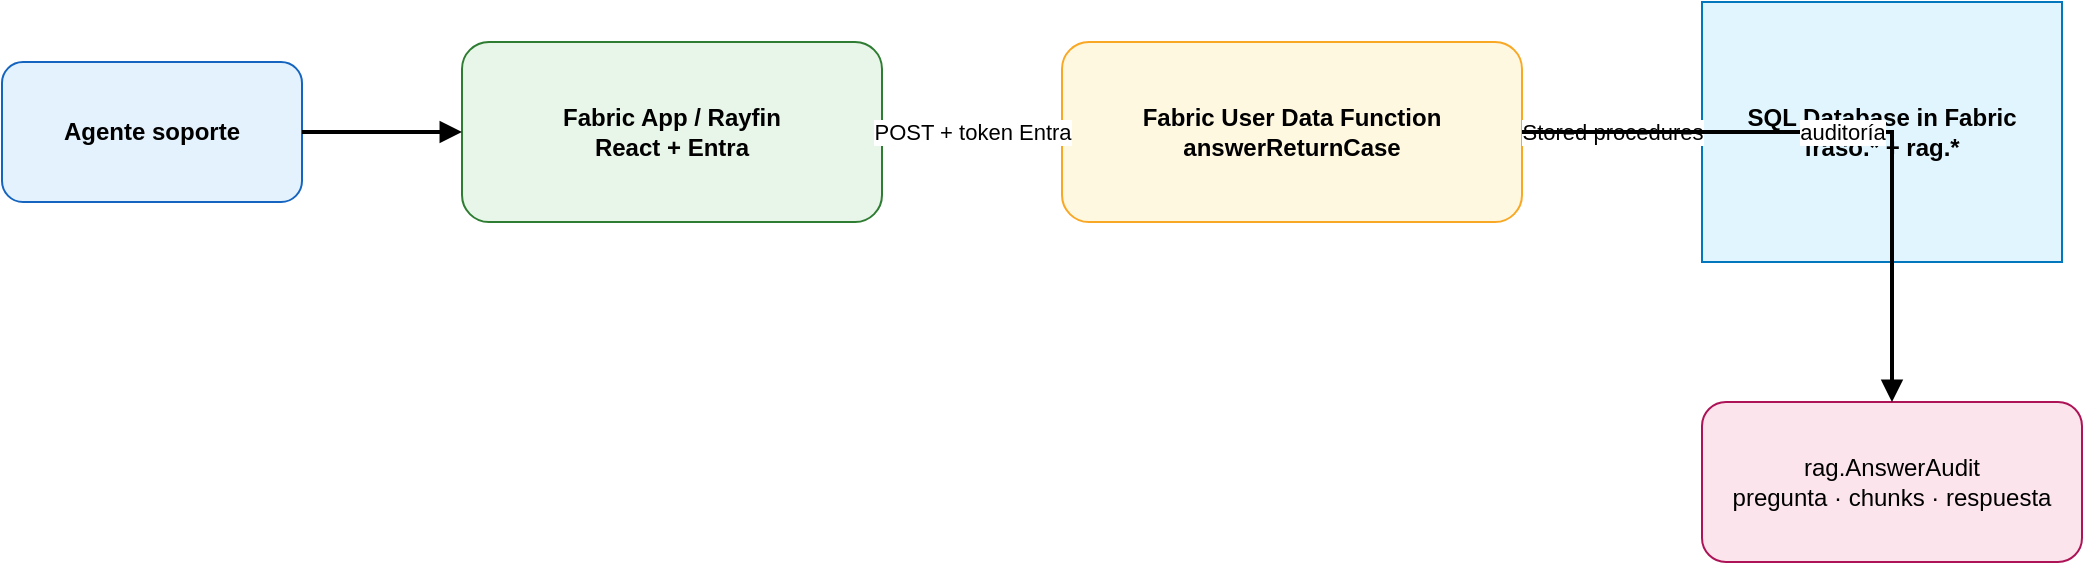
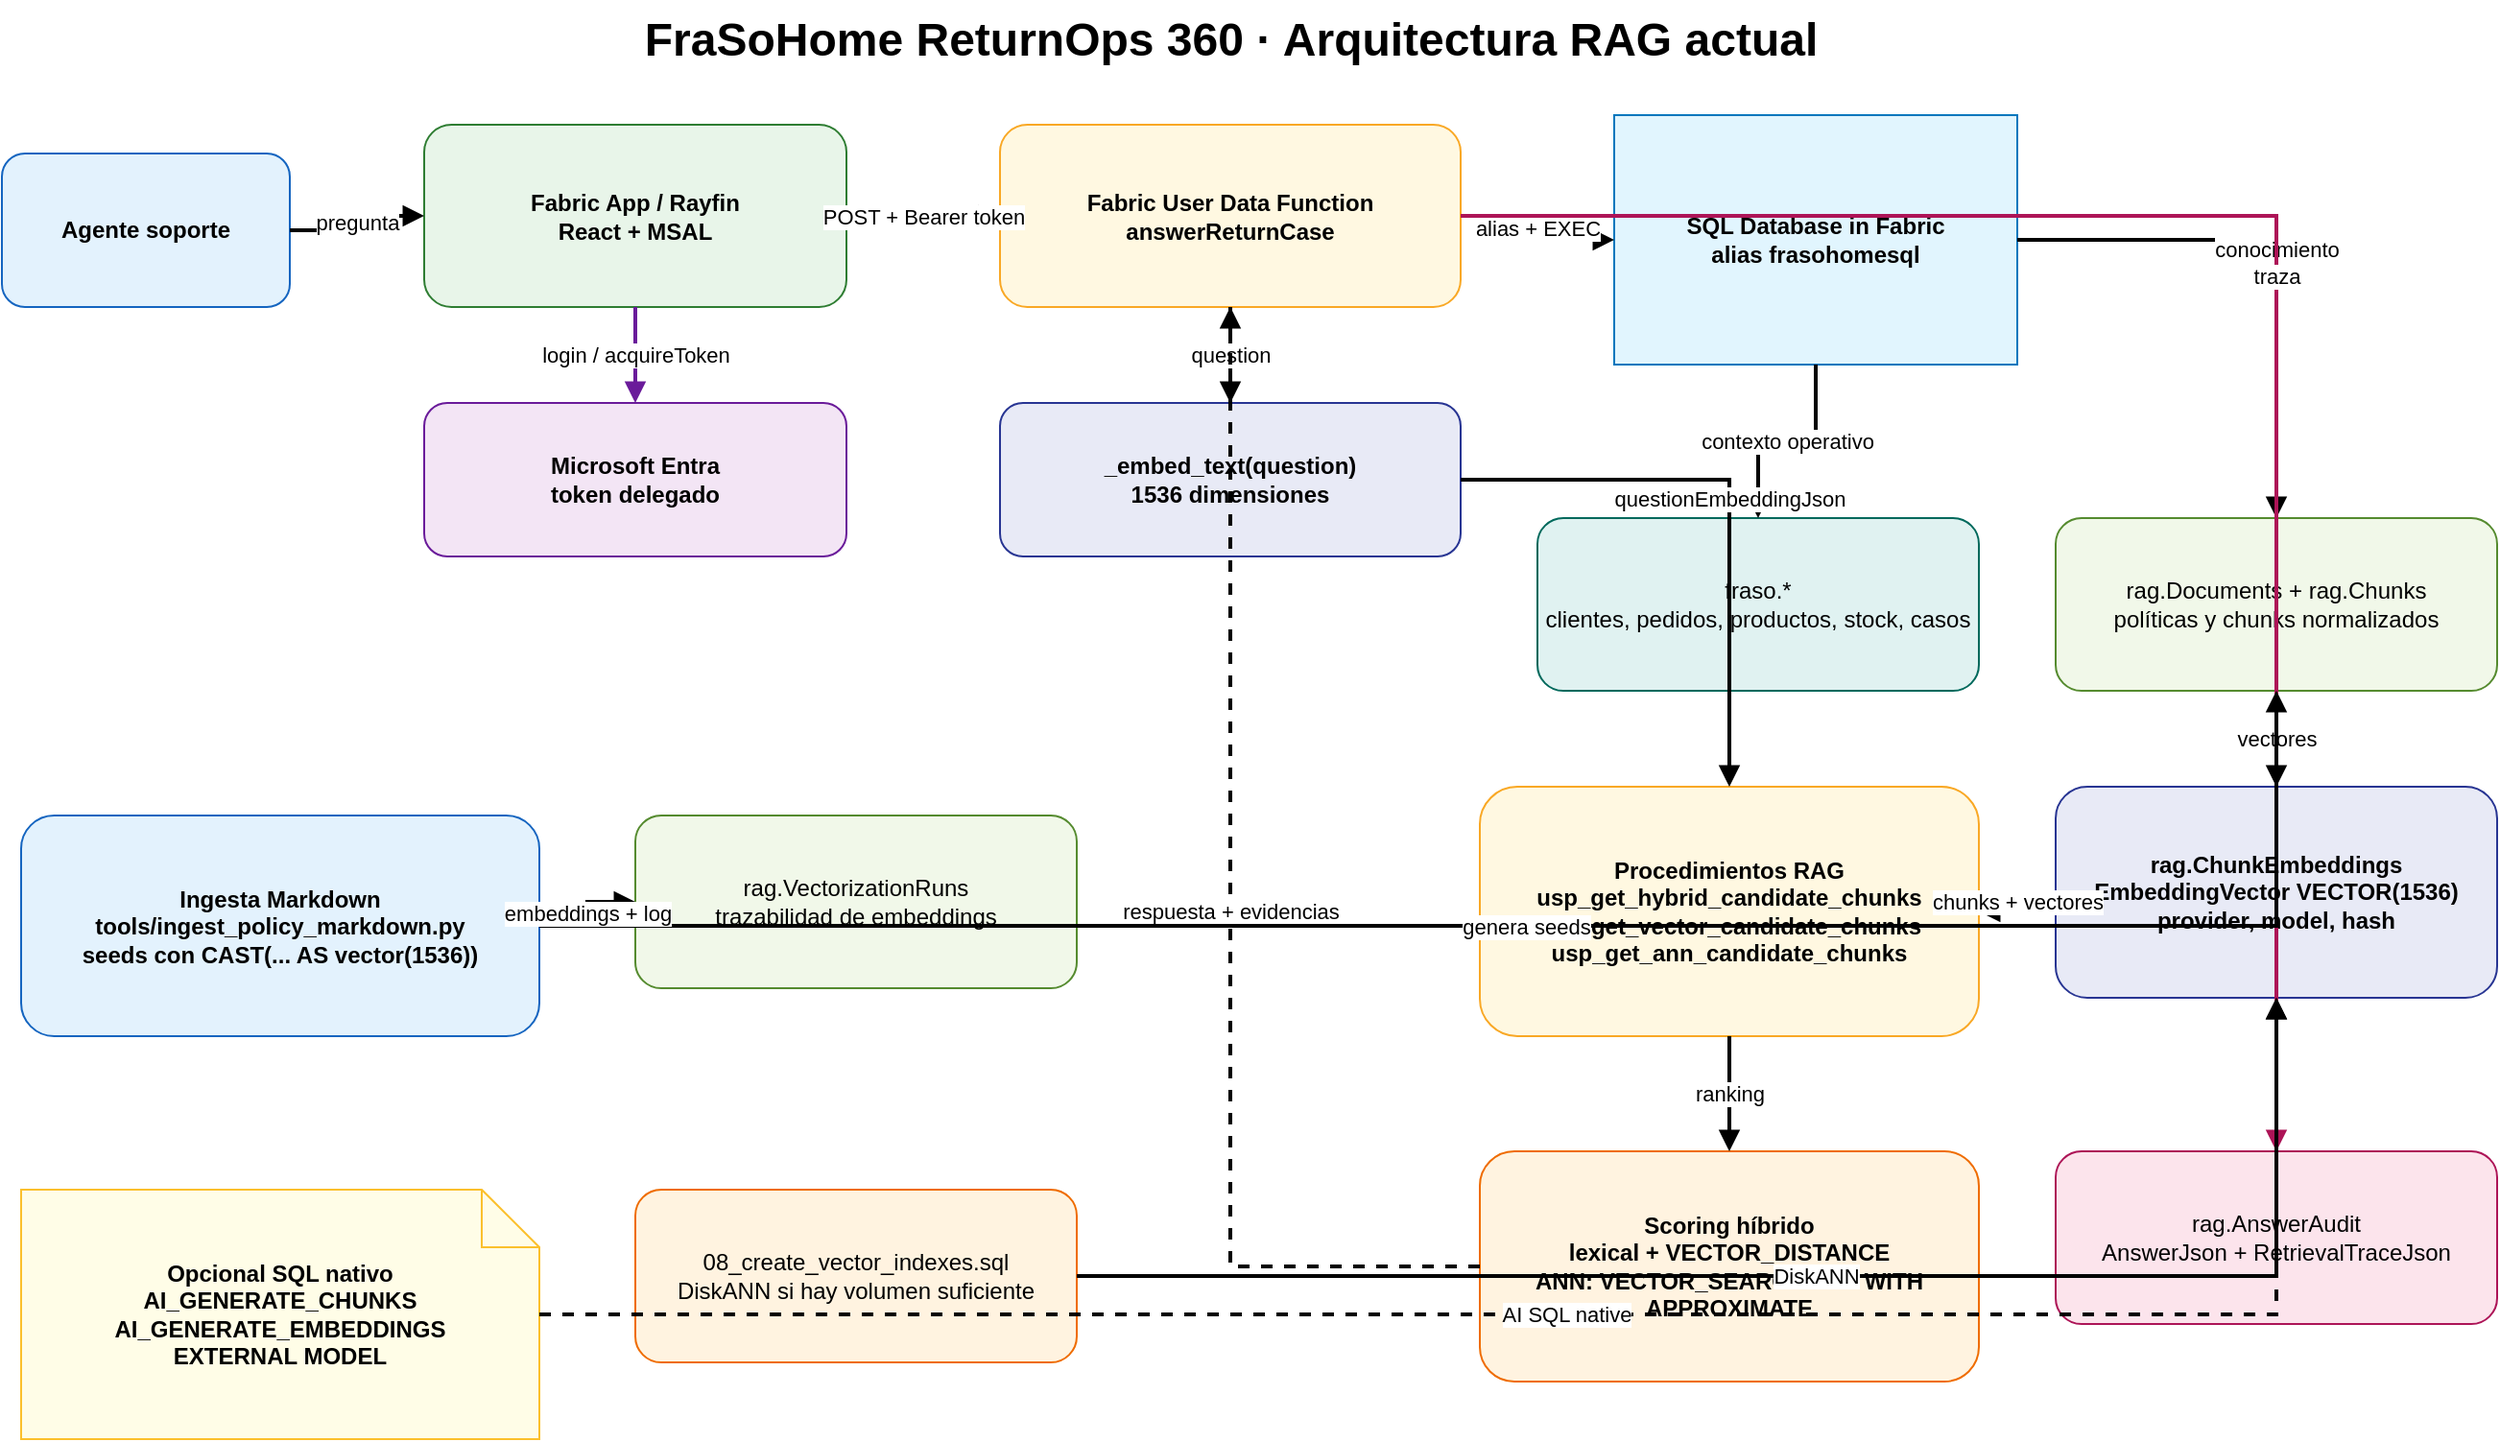
- <mxfile host="app.diagrams.net" modified="2026-06-15T00:00:00.000Z" agent="ChatGPT" version="24.7.17">
+ <mxfile host="65bd71144e">
  <diagram name="FraSoHome RAG Architecture" id="frasohome-rag">
-     <mxGraphModel dx="1200" dy="800" grid="1" gridSize="10" guides="1" tooltips="1" connect="1" arrows="1" fold="1" page="1" pageScale="1" pageWidth="1169" pageHeight="827" math="0" shadow="0">
+     <mxGraphModel dx="1300" dy="850" grid="1" gridSize="10" guides="1" tooltips="1" connect="1" arrows="1" fold="1" page="1" pageScale="1" pageWidth="1400" pageHeight="900" math="0" shadow="0">
      <root>
        <mxCell id="0" />
        <mxCell id="1" parent="0" />
+         <mxCell id="title" value="FraSoHome ReturnOps 360 · Arquitectura RAG actual" style="text;html=1;strokeColor=none;fillColor=none;fontSize=24;fontStyle=1;align=center" vertex="1" parent="1">
+           <mxGeometry x="260" y="30" width="880" height="40" as="geometry" />
+         </mxCell>
        <mxCell id="agent" value="Agente soporte" style="rounded=1;whiteSpace=wrap;html=1;fillColor=#e3f2fd;strokeColor=#1565c0;fontStyle=1" vertex="1" parent="1">
-           <mxGeometry x="70" y="90" width="150" height="70" as="geometry" />
+           <mxGeometry x="60" y="110" width="150" height="80" as="geometry" />
        </mxCell>
-         <mxCell id="app" value="Fabric App / Rayfin&#xa;React + Entra" style="rounded=1;whiteSpace=wrap;html=1;fillColor=#e8f5e9;strokeColor=#2e7d32;fontStyle=1" vertex="1" parent="1">
-           <mxGeometry x="300" y="80" width="210" height="90" as="geometry" />
+         <mxCell id="app" value="Fabric App / Rayfin&#xa;React + MSAL" style="rounded=1;whiteSpace=wrap;html=1;fillColor=#e8f5e9;strokeColor=#2e7d32;fontStyle=1" vertex="1" parent="1">
+           <mxGeometry x="280" y="95" width="220" height="95" as="geometry" />
+         </mxCell>
+         <mxCell id="entra" value="Microsoft Entra&#xa;token delegado" style="rounded=1;whiteSpace=wrap;html=1;fillColor=#f3e5f5;strokeColor=#6a1b9a;fontStyle=1" vertex="1" parent="1">
+           <mxGeometry x="280" y="240" width="220" height="80" as="geometry" />
        </mxCell>
        <mxCell id="udf" value="Fabric User Data Function&#xa;answerReturnCase" style="rounded=1;whiteSpace=wrap;html=1;fillColor=#fff8e1;strokeColor=#f9a825;fontStyle=1" vertex="1" parent="1">
-           <mxGeometry x="600" y="80" width="230" height="90" as="geometry" />
+           <mxGeometry x="580" y="95" width="240" height="95" as="geometry" />
        </mxCell>
-         <mxCell id="sql" value="SQL Database in Fabric&#xa;fraso.* + rag.*" style="shape=cylinder3d;whiteSpace=wrap;html=1;boundedLbl=1;backgroundOutline=1;size=15;fillColor=#e1f5fe;strokeColor=#0277bd;fontStyle=1" vertex="1" parent="1">
-           <mxGeometry x="920" y="60" width="180" height="130" as="geometry" />
+         <mxCell id="embed" value="_embed_text(question)&#xa;1536 dimensiones" style="rounded=1;whiteSpace=wrap;html=1;fillColor=#e8eaf6;strokeColor=#283593;fontStyle=1" vertex="1" parent="1">
+           <mxGeometry x="580" y="240" width="240" height="80" as="geometry" />
        </mxCell>
-         <mxCell id="audit" value="rag.AnswerAudit&#xa;pregunta · chunks · respuesta" style="rounded=1;whiteSpace=wrap;html=1;fillColor=#fce4ec;strokeColor=#ad1457" vertex="1" parent="1">
-           <mxGeometry x="920" y="260" width="190" height="80" as="geometry" />
+         <mxCell id="sql" value="SQL Database in Fabric&#xa;alias frasohomesql" style="shape=cylinder3d;whiteSpace=wrap;html=1;boundedLbl=1;backgroundOutline=1;size=15;fillColor=#e1f5fe;strokeColor=#0277bd;fontStyle=1" vertex="1" parent="1">
+           <mxGeometry x="900" y="90" width="210" height="130" as="geometry" />
        </mxCell>
-         <mxCell id="e1" style="edgeStyle=orthogonalEdgeStyle;rounded=0;orthogonalLoop=1;jettySize=auto;html=1;endArrow=block;strokeWidth=2" edge="1" parent="1" source="agent" target="app"><mxGeometry relative="1" as="geometry" /></mxCell>
-         <mxCell id="e2" value="POST + token Entra" style="edgeStyle=orthogonalEdgeStyle;rounded=0;orthogonalLoop=1;jettySize=auto;html=1;endArrow=block;strokeWidth=2" edge="1" parent="1" source="app" target="udf"><mxGeometry relative="1" as="geometry" /></mxCell>
-         <mxCell id="e3" value="Stored procedures" style="edgeStyle=orthogonalEdgeStyle;rounded=0;orthogonalLoop=1;jettySize=auto;html=1;endArrow=block;strokeWidth=2" edge="1" parent="1" source="udf" target="sql"><mxGeometry relative="1" as="geometry" /></mxCell>
-         <mxCell id="e4" value="auditoría" style="edgeStyle=orthogonalEdgeStyle;rounded=0;orthogonalLoop=1;jettySize=auto;html=1;endArrow=block;strokeWidth=2" edge="1" parent="1" source="udf" target="audit"><mxGeometry relative="1" as="geometry" /></mxCell>
+         <mxCell id="fraso" value="fraso.*&#xa;clientes, pedidos, productos, stock, casos" style="rounded=1;whiteSpace=wrap;html=1;fillColor=#e0f2f1;strokeColor=#00695c" vertex="1" parent="1">
+           <mxGeometry x="860" y="300" width="230" height="90" as="geometry" />
+         </mxCell>
+         <mxCell id="docs" value="rag.Documents + rag.Chunks&#xa;políticas y chunks normalizados" style="rounded=1;whiteSpace=wrap;html=1;fillColor=#f1f8e9;strokeColor=#558b2f" vertex="1" parent="1">
+           <mxGeometry x="1130" y="300" width="230" height="90" as="geometry" />
+         </mxCell>
+         <mxCell id="vectors" value="rag.ChunkEmbeddings&#xa;EmbeddingVector VECTOR(1536)&#xa;provider, model, hash" style="rounded=1;whiteSpace=wrap;html=1;fillColor=#e8eaf6;strokeColor=#283593;fontStyle=1" vertex="1" parent="1">
+           <mxGeometry x="1130" y="440" width="230" height="110" as="geometry" />
+         </mxCell>
+         <mxCell id="procs" value="Procedimientos RAG&#xa;usp_get_hybrid_candidate_chunks&#xa;usp_get_vector_candidate_chunks&#xa;usp_get_ann_candidate_chunks" style="rounded=1;whiteSpace=wrap;html=1;fillColor=#fff8e1;strokeColor=#f9a825;fontStyle=1" vertex="1" parent="1">
+           <mxGeometry x="830" y="440" width="260" height="130" as="geometry" />
+         </mxCell>
+         <mxCell id="search" value="Scoring híbrido&#xa;lexical + VECTOR_DISTANCE&#xa;ANN: VECTOR_SEARCH TOP WITH APPROXIMATE" style="rounded=1;whiteSpace=wrap;html=1;fillColor=#fff3e0;strokeColor=#ef6c00;fontStyle=1" vertex="1" parent="1">
+           <mxGeometry x="830" y="630" width="260" height="120" as="geometry" />
+         </mxCell>
+         <mxCell id="audit" value="rag.AnswerAudit&#xa;AnswerJson + RetrievalTraceJson" style="rounded=1;whiteSpace=wrap;html=1;fillColor=#fce4ec;strokeColor=#ad1457" vertex="1" parent="1">
+           <mxGeometry x="1130" y="630" width="230" height="90" as="geometry" />
+         </mxCell>
+         <mxCell id="ingest" value="Ingesta Markdown&#xa;tools/ingest_policy_markdown.py&#xa;seeds con CAST(... AS vector(1536))" style="rounded=1;whiteSpace=wrap;html=1;fillColor=#e3f2fd;strokeColor=#1565c0;fontStyle=1" vertex="1" parent="1">
+           <mxGeometry x="70" y="455" width="270" height="115" as="geometry" />
+         </mxCell>
+         <mxCell id="runs" value="rag.VectorizationRuns&#xa;trazabilidad de embeddings" style="rounded=1;whiteSpace=wrap;html=1;fillColor=#f1f8e9;strokeColor=#558b2f" vertex="1" parent="1">
+           <mxGeometry x="390" y="455" width="230" height="90" as="geometry" />
+         </mxCell>
+         <mxCell id="native" value="Opcional SQL nativo&#xa;AI_GENERATE_CHUNKS&#xa;AI_GENERATE_EMBEDDINGS&#xa;EXTERNAL MODEL" style="shape=note;whiteSpace=wrap;html=1;fillColor=#fffde7;strokeColor=#fbc02d;fontStyle=1" vertex="1" parent="1">
+           <mxGeometry x="70" y="650" width="270" height="130" as="geometry" />
+         </mxCell>
+         <mxCell id="index" value="08_create_vector_indexes.sql&#xa;DiskANN si hay volumen suficiente" style="rounded=1;whiteSpace=wrap;html=1;fillColor=#fff3e0;strokeColor=#ef6c00" vertex="1" parent="1">
+           <mxGeometry x="390" y="650" width="230" height="90" as="geometry" />
+         </mxCell>
+         <mxCell id="e1" value="pregunta" style="edgeStyle=orthogonalEdgeStyle;rounded=0;orthogonalLoop=1;jettySize=auto;html=1;endArrow=block;strokeWidth=2" edge="1" parent="1" source="agent" target="app"><mxGeometry relative="1" as="geometry" /></mxCell>
+         <mxCell id="e2" value="login / acquireToken" style="edgeStyle=orthogonalEdgeStyle;rounded=0;orthogonalLoop=1;jettySize=auto;html=1;endArrow=block;strokeWidth=2;strokeColor=#6a1b9a" edge="1" parent="1" source="app" target="entra"><mxGeometry relative="1" as="geometry" /></mxCell>
+         <mxCell id="e3" value="POST + Bearer token" style="edgeStyle=orthogonalEdgeStyle;rounded=0;orthogonalLoop=1;jettySize=auto;html=1;endArrow=block;strokeWidth=2" edge="1" parent="1" source="app" target="udf"><mxGeometry relative="1" as="geometry" /></mxCell>
+         <mxCell id="e4" value="question" style="edgeStyle=orthogonalEdgeStyle;rounded=0;orthogonalLoop=1;jettySize=auto;html=1;endArrow=block;strokeWidth=2" edge="1" parent="1" source="udf" target="embed"><mxGeometry relative="1" as="geometry" /></mxCell>
+         <mxCell id="e5" value="alias + EXEC" style="edgeStyle=orthogonalEdgeStyle;rounded=0;orthogonalLoop=1;jettySize=auto;html=1;endArrow=block;strokeWidth=2" edge="1" parent="1" source="udf" target="sql"><mxGeometry relative="1" as="geometry" /></mxCell>
+         <mxCell id="e6" value="contexto operativo" style="edgeStyle=orthogonalEdgeStyle;rounded=0;orthogonalLoop=1;jettySize=auto;html=1;endArrow=block;strokeWidth=2" edge="1" parent="1" source="sql" target="fraso"><mxGeometry relative="1" as="geometry" /></mxCell>
+         <mxCell id="e7" value="conocimiento" style="edgeStyle=orthogonalEdgeStyle;rounded=0;orthogonalLoop=1;jettySize=auto;html=1;endArrow=block;strokeWidth=2" edge="1" parent="1" source="sql" target="docs"><mxGeometry relative="1" as="geometry" /></mxCell>
+         <mxCell id="e8" value="vectores" style="edgeStyle=orthogonalEdgeStyle;rounded=0;orthogonalLoop=1;jettySize=auto;html=1;endArrow=block;strokeWidth=2" edge="1" parent="1" source="docs" target="vectors"><mxGeometry relative="1" as="geometry" /></mxCell>
+         <mxCell id="e9" value="questionEmbeddingJson" style="edgeStyle=orthogonalEdgeStyle;rounded=0;orthogonalLoop=1;jettySize=auto;html=1;endArrow=block;strokeWidth=2" edge="1" parent="1" source="embed" target="procs"><mxGeometry relative="1" as="geometry" /></mxCell>
+         <mxCell id="e10" value="chunks + vectores" style="edgeStyle=orthogonalEdgeStyle;rounded=0;orthogonalLoop=1;jettySize=auto;html=1;endArrow=block;strokeWidth=2" edge="1" parent="1" source="vectors" target="procs"><mxGeometry relative="1" as="geometry" /></mxCell>
+         <mxCell id="e11" value="ranking" style="edgeStyle=orthogonalEdgeStyle;rounded=0;orthogonalLoop=1;jettySize=auto;html=1;endArrow=block;strokeWidth=2" edge="1" parent="1" source="procs" target="search"><mxGeometry relative="1" as="geometry" /></mxCell>
+         <mxCell id="e12" value="respuesta + evidencias" style="edgeStyle=orthogonalEdgeStyle;rounded=0;orthogonalLoop=1;jettySize=auto;html=1;endArrow=block;strokeWidth=2;dashed=1" edge="1" parent="1" source="search" target="udf"><mxGeometry relative="1" as="geometry" /></mxCell>
+         <mxCell id="e13" value="traza" style="edgeStyle=orthogonalEdgeStyle;rounded=0;orthogonalLoop=1;jettySize=auto;html=1;endArrow=block;strokeWidth=2;strokeColor=#ad1457" edge="1" parent="1" source="udf" target="audit"><mxGeometry relative="1" as="geometry" /></mxCell>
+         <mxCell id="e14" value="genera seeds" style="edgeStyle=orthogonalEdgeStyle;rounded=0;orthogonalLoop=1;jettySize=auto;html=1;endArrow=block;strokeWidth=2" edge="1" parent="1" source="ingest" target="docs"><mxGeometry relative="1" as="geometry" /></mxCell>
+         <mxCell id="e15" value="embeddings + log" style="edgeStyle=orthogonalEdgeStyle;rounded=0;orthogonalLoop=1;jettySize=auto;html=1;endArrow=block;strokeWidth=2" edge="1" parent="1" source="ingest" target="runs"><mxGeometry relative="1" as="geometry" /></mxCell>
+         <mxCell id="e16" value="AI SQL native" style="edgeStyle=orthogonalEdgeStyle;rounded=0;orthogonalLoop=1;jettySize=auto;html=1;endArrow=block;strokeWidth=2;dashed=1" edge="1" parent="1" source="native" target="vectors"><mxGeometry relative="1" as="geometry" /></mxCell>
+         <mxCell id="e17" value="DiskANN" style="edgeStyle=orthogonalEdgeStyle;rounded=0;orthogonalLoop=1;jettySize=auto;html=1;endArrow=block;strokeWidth=2" edge="1" parent="1" source="index" target="vectors"><mxGeometry relative="1" as="geometry" /></mxCell>
      </root>
    </mxGraphModel>
  </diagram>
</mxfile>
